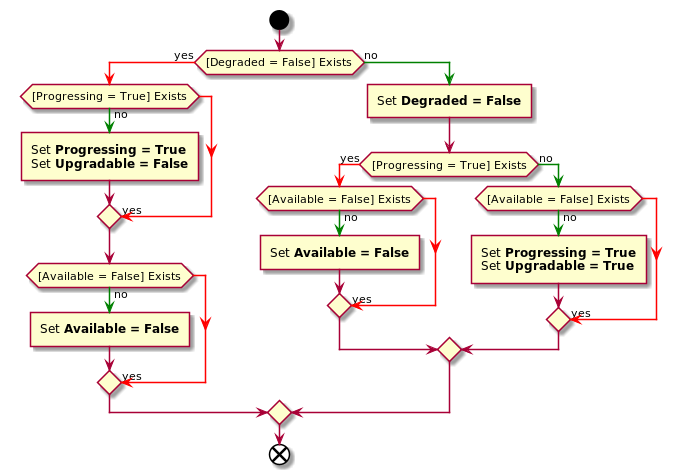
The PlantUML diagram design/aggregateNegativeConditions.png in kubevirt/hyperconverged-cluster-operator, before a commit.
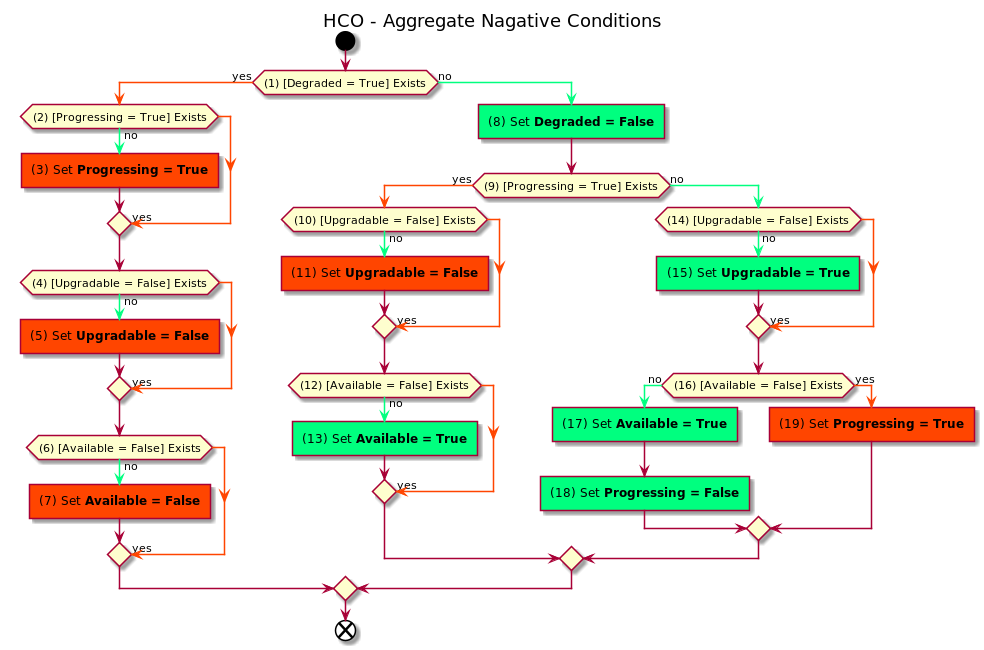
The same file after the commit.

Change to the diagram source:
```diff
@@ -1,40 +1,59 @@
 @startuml
+title HCO - Aggregate Nagative Conditions
+
 start
-
-if ([Degraded = False] Exists) then
-  -[#red]-> yes;
-  if ([Progressing = True] Exists) then
-    -[#green]-> no;
-    :Set **Progressing = True**
-    Set **Upgradable = False**]
+if ((1) [Degraded = True] Exists) then
+  -[#orangered]-> yes;
+  if ((2) [Progressing = True] Exists) then
+    -[#springgreen]-> no;
+    #orangered:(3) Set **Progressing = True**]
   else
-    -[#red]-> yes;
+    -[#orangered]-> yes;
   endif
-  if ([Available = False] Exists) then
-    -[#green]-> no;
-    :Set **Available = False**]
+  if ((4) [Upgradable = False] Exists) then
+    -[#springgreen]-> no;
+    #orangered:(5) Set **Upgradable = False**]
   else
-    -[#red]-> yes;
+    -[#orangered]-> yes;
+  endif
+  if ((6) [Available = False] Exists) then
+    -[#springgreen]-> no;
+    #orangered:(7) Set **Available = False**]
+  else
+    -[#orangered]-> yes;
   endif
 else
-  -[#green]-> no;
-  :Set **Degraded = False**]
-  if ([Progressing = True] Exists) then
-    -[#red]-> yes;
-    if ([Available = False] Exists) then
-      -[#green]-> no;
-      :Set **Available = False**]
+  -[#springgreen]-> no;
+  #springgreen:(8) Set **Degraded = False**]
+  if ((9) [Progressing = True] Exists) then
+    -[#orangered]-> yes;
+    if ((10) [Upgradable = False] Exists) then
+      -[#springgreen]-> no;
+      #orangered:(11) Set **Upgradable = False**]
     else
-      -[#red]-> yes;
+      -[#orangered]-> yes;
+    endif
+    if ((12) [Available = False] Exists) then
+      -[#springgreen]-> no;
+      #springgreen:(13) Set **Available = True**]
+    else
+      -[#orangered]-> yes;
     endif
   else
-    -[#green]-> no;
-    if ([Available = False] Exists) then
-      -[#green]-> no;
-      :Set **Progressing = True**
-      Set **Upgradable = True**]
+    -[#springgreen]-> no;
+    if ((14) [Upgradable = False] Exists) then
+      -[#springgreen]-> no;
+      #springgreen:(15) Set **Upgradable = True**]
     else
-      -[#red]-> yes;
+      -[#orangered]-> yes;
+    endif
+    if ((16) [Available = False] Exists) then
+      -[#springgreen]-> no;
+      #springgreen:(17) Set **Available = True**]
+      #springgreen:(18) Set **Progressing = False**]
+    else
+      -[#orangered]-> yes;
+      #orangered:(19) Set **Progressing = True**]
     endif
   endif
 endif
```
